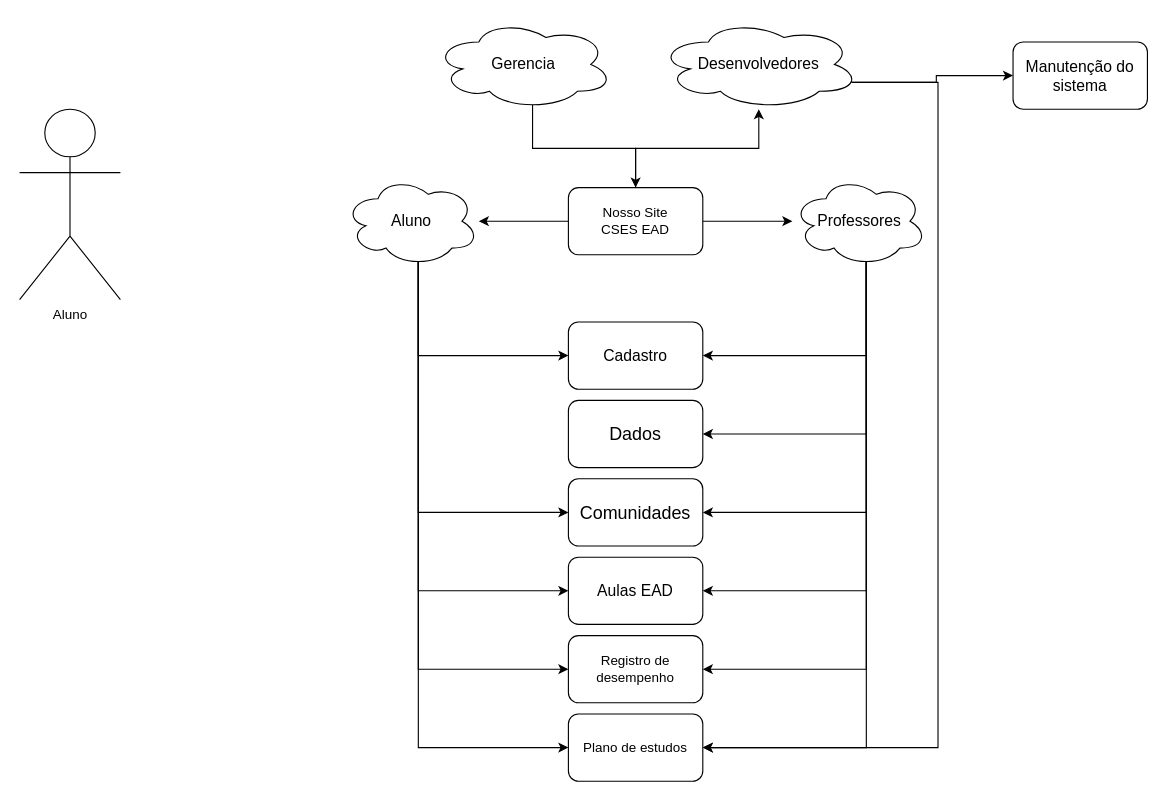
Earlier version of the draw.io diagram page "Site EAD" (4 of 4) of Diagrama sem nome.drawio (Eduardo-1105/diagramasderequesitos). Source tidied: cells renumbered, new cells numbered last; positions are measured from the earlier drawing's top-left corner, leaving out a move shared by most shapes. Both pictures are drawn from the tidied source at 112%, with x=0, y=0 at pixel (19, 19).
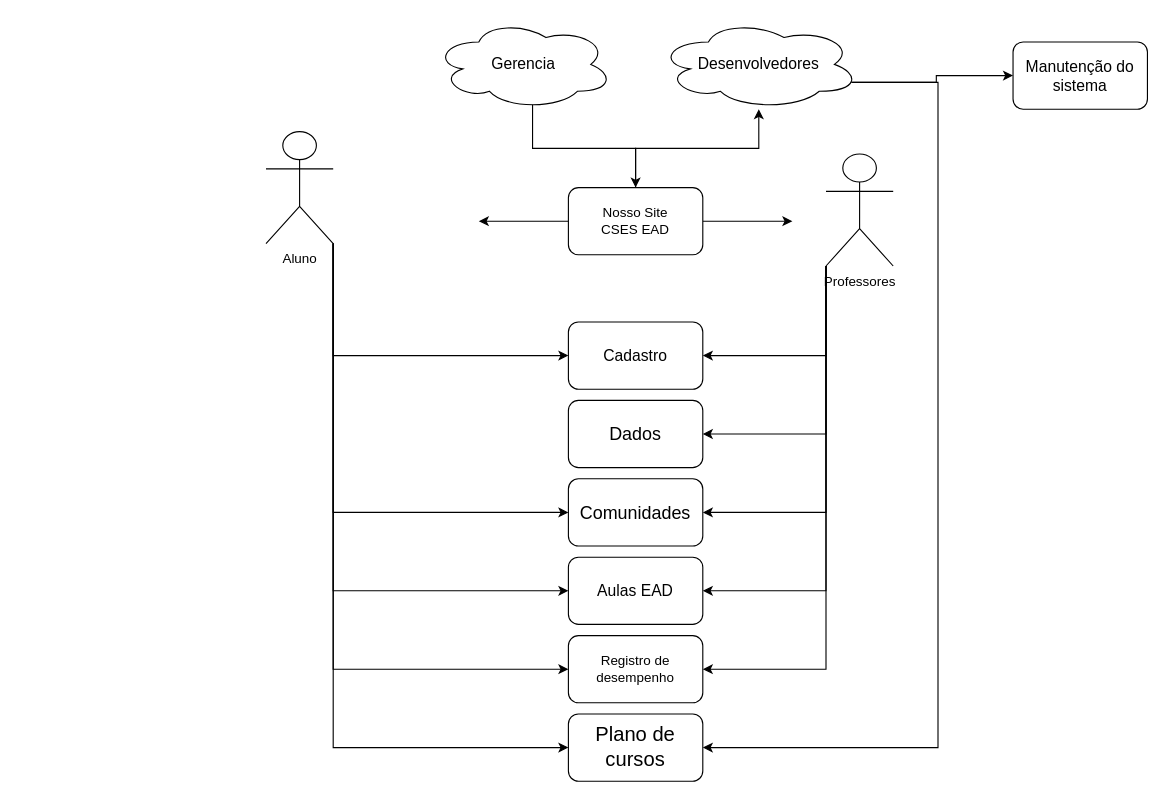
The same page after the edit.

Commit message:
Actualizar Diagrama sem RECEBA2.drawio

The change refers to these unchanged cells:
```xml
<mxCell id="5" value="Nosso Site&lt;div&gt;CSES EAD&lt;/div&gt;" style="rounded=1;whiteSpace=wrap;html=1;" parent="1" vertex="1">
  <mxGeometry x="490" y="150" width="120" height="60" as="geometry" />
</mxCell>
<mxCell id="14" value="&lt;font style=&quot;font-size: 14px;&quot;&gt;Cadastro&lt;/font&gt;" style="whiteSpace=wrap;html=1;rounded=1;" parent="1" vertex="1">
  <mxGeometry x="490" y="270" width="120" height="60" as="geometry" />
</mxCell>
<mxCell id="16" value="&lt;font size=&quot;3&quot;&gt;Dados&lt;/font&gt;" style="rounded=1;whiteSpace=wrap;html=1;" parent="1" vertex="1">
  <mxGeometry x="490" y="340" width="120" height="60" as="geometry" />
</mxCell>
<mxCell id="18" value="&lt;font size=&quot;3&quot;&gt;Comunidades&lt;/font&gt;" style="rounded=1;whiteSpace=wrap;html=1;" parent="1" vertex="1">
  <mxGeometry x="490" y="410" width="120" height="60" as="geometry" />
</mxCell>
<mxCell id="21" value="&lt;font style=&quot;font-size: 14px;&quot;&gt;Aulas EAD&lt;/font&gt;" style="rounded=1;whiteSpace=wrap;html=1;" parent="1" vertex="1">
  <mxGeometry x="490" y="480" width="120" height="60" as="geometry" />
</mxCell>
<mxCell id="24" value="Registro de desempenho" style="rounded=1;whiteSpace=wrap;html=1;" parent="1" vertex="1">
  <mxGeometry x="490" y="550" width="120" height="60" as="geometry" />
</mxCell>
```

Diff of the diagram source:
```diff
@@
-    <mxCell id="2" style="edgeStyle=orthogonalEdgeStyle;rounded=0;jettySize=auto;html=1;" parent="1" edge="1" source="5" target="8">
-      <mxGeometry relative="1" as="geometry" />
+    <mxCell id="2" style="edgeStyle=orthogonalEdgeStyle;rounded=0;jettySize=auto;html=1;" parent="1" edge="1" source="5">
+      <mxGeometry relative="1" as="geometry">
+        <mxPoint x="410" y="180" as="targetPoint" />
+      </mxGeometry>
     </mxCell>
-    <mxCell id="3" style="edgeStyle=orthogonalEdgeStyle;rounded=0;jettySize=auto;html=1;" parent="1" edge="1" source="5" target="10">
-      <mxGeometry relative="1" as="geometry" />
+    <mxCell id="3" style="edgeStyle=orthogonalEdgeStyle;rounded=0;jettySize=auto;html=1;" parent="1" edge="1" source="5">
+      <mxGeometry relative="1" as="geometry">
+        <mxPoint x="690" y="180" as="targetPoint" />
+      </mxGeometry>
     </mxCell>
@@
-    <mxCell id="6" style="edgeStyle=orthogonalEdgeStyle;rounded=0;jettySize=auto;html=1;exitX=0.55;exitY=0.95;exitDx=0;exitDy=0;exitPerimeter=0;entryX=0;entryY=0.5;entryDx=0;entryDy=0;" parent="1" edge="1" source="8" target="14">
-      <mxGeometry relative="1" as="geometry">
-        <Array as="points">
-          <mxPoint x="356" y="300" />
-        </Array>
-      </mxGeometry>
-    </mxCell>
-    <mxCell id="7" style="edgeStyle=orthogonalEdgeStyle;rounded=0;jettySize=auto;html=1;exitX=0.55;exitY=0.95;exitDx=0;exitDy=0;exitPerimeter=0;entryX=0;entryY=0.5;entryDx=0;entryDy=0;" parent="1" edge="1" source="8" target="27">
-      <mxGeometry relative="1" as="geometry">
-        <Array as="points">
-          <mxPoint x="356" y="650" />
-        </Array>
-      </mxGeometry>
-    </mxCell>
-    <mxCell id="8" value="&lt;font style=&quot;font-size: 14px;&quot;&gt;Aluno&lt;/font&gt;" style="ellipse;shape=cloud;whiteSpace=wrap;html=1;rounded=1;" parent="1" vertex="1">
-      <mxGeometry x="290" y="140" width="120" height="80" as="geometry" />
-    </mxCell>
-    <mxCell id="9" style="edgeStyle=orthogonalEdgeStyle;rounded=0;jettySize=auto;html=1;exitX=0.55;exitY=0.95;exitDx=0;exitDy=0;exitPerimeter=0;entryX=1;entryY=0.5;entryDx=0;entryDy=0;" parent="1" edge="1" source="10" target="27">
-      <mxGeometry relative="1" as="geometry">
-        <Array as="points">
-          <mxPoint x="756" y="650" />
-        </Array>
-      </mxGeometry>
-    </mxCell>
-    <mxCell id="10" value="&lt;font style=&quot;font-size: 14px;&quot;&gt;Professores&lt;/font&gt;" style="ellipse;shape=cloud;whiteSpace=wrap;html=1;rounded=1;" parent="1" vertex="1">
-      <mxGeometry x="690" y="140" width="120" height="80" as="geometry" />
-    </mxCell>
@@
-    <mxCell id="15" style="endArrow=classic;html=1;rounded=0;entryX=1;entryY=0.5;entryDx=0;entryDy=0;exitX=0.55;exitY=0.95;exitDx=0;exitDy=0;exitPerimeter=0;" parent="1" edge="1" source="10" target="14">
-      <mxGeometry relative="1" as="geometry">
-        <Array as="points">
-          <mxPoint x="756" y="300" />
-        </Array>
-      </mxGeometry>
-    </mxCell>
@@
-    <mxCell id="17" style="endArrow=classic;html=1;rounded=0;entryX=1;entryY=0.5;entryDx=0;entryDy=0;exitX=0.55;exitY=0.95;exitDx=0;exitDy=0;exitPerimeter=0;" parent="1" edge="1" source="10" target="16">
-      <mxGeometry relative="1" as="geometry">
-        <Array as="points">
-          <mxPoint x="756" y="370" />
-        </Array>
-      </mxGeometry>
-    </mxCell>
@@
-    <mxCell id="19" style="endArrow=classic;html=1;rounded=0;exitX=0.55;exitY=0.95;exitDx=0;exitDy=0;exitPerimeter=0;entryX=0;entryY=0.5;entryDx=0;entryDy=0;" parent="1" edge="1" source="8" target="18">
-      <mxGeometry relative="1" as="geometry">
-        <Array as="points">
-          <mxPoint x="356" y="440" />
-        </Array>
-      </mxGeometry>
-    </mxCell>
-    <mxCell id="20" style="endArrow=classic;html=1;rounded=0;entryX=1;entryY=0.5;entryDx=0;entryDy=0;exitX=0.55;exitY=0.95;exitDx=0;exitDy=0;exitPerimeter=0;" parent="1" edge="1" source="10" target="18">
-      <mxGeometry relative="1" as="geometry">
-        <Array as="points">
-          <mxPoint x="756" y="440" />
-        </Array>
-      </mxGeometry>
-    </mxCell>
@@
-    <mxCell id="22" style="endArrow=classic;html=1;rounded=0;entryX=0;entryY=0.5;entryDx=0;entryDy=0;exitX=0.55;exitY=0.95;exitDx=0;exitDy=0;exitPerimeter=0;" parent="1" edge="1" source="8" target="21">
-      <mxGeometry relative="1" as="geometry">
-        <Array as="points">
-          <mxPoint x="356" y="510" />
-        </Array>
-      </mxGeometry>
-    </mxCell>
-    <mxCell id="23" style="endArrow=classic;html=1;rounded=0;entryX=1;entryY=0.5;entryDx=0;entryDy=0;exitX=0.55;exitY=0.95;exitDx=0;exitDy=0;exitPerimeter=0;" parent="1" edge="1" source="10" target="21">
-      <mxGeometry relative="1" as="geometry">
-        <Array as="points">
-          <mxPoint x="756" y="510" />
-        </Array>
-      </mxGeometry>
-    </mxCell>
@@
-    <mxCell id="25" style="endArrow=classic;html=1;rounded=0;entryX=0;entryY=0.5;entryDx=0;entryDy=0;exitX=0.55;exitY=0.95;exitDx=0;exitDy=0;exitPerimeter=0;" parent="1" edge="1" source="8" target="24">
-      <mxGeometry relative="1" as="geometry">
-        <Array as="points">
-          <mxPoint x="356" y="580" />
-        </Array>
-      </mxGeometry>
-    </mxCell>
-    <mxCell id="26" style="endArrow=classic;html=1;rounded=0;entryX=1;entryY=0.5;entryDx=0;entryDy=0;exitX=0.55;exitY=0.95;exitDx=0;exitDy=0;exitPerimeter=0;" parent="1" edge="1" source="10" target="24">
-      <mxGeometry relative="1" as="geometry">
-        <Array as="points">
-          <mxPoint x="756" y="580" />
-        </Array>
-      </mxGeometry>
-    </mxCell>
-    <mxCell id="27" value="Plano de estudos" style="rounded=1;whiteSpace=wrap;html=1;" parent="1" vertex="1">
+    <mxCell id="27" value="&lt;font style=&quot;font-size: 18px;&quot;&gt;Plano de cursos&lt;/font&gt;" style="rounded=1;whiteSpace=wrap;html=1;" parent="1" vertex="1">
       <mxGeometry x="490" y="620" width="120" height="60" as="geometry" />
     </mxCell>
@@
+    <mxCell id="32" style="edgeStyle=orthogonalEdgeStyle;rounded=0;jettySize=auto;html=1;exitX=1;exitY=1;exitDx=0;exitDy=0;exitPerimeter=0;entryX=0;entryY=0.5;entryDx=0;entryDy=0;" parent="1" edge="1" source="30" target="14">
+      <mxGeometry relative="1" as="geometry" />
+    </mxCell>
+    <mxCell id="33" style="edgeStyle=orthogonalEdgeStyle;rounded=0;jettySize=auto;html=1;exitX=1;exitY=1;exitDx=0;exitDy=0;exitPerimeter=0;entryX=0;entryY=0.5;entryDx=0;entryDy=0;" parent="1" edge="1" source="30" target="18">
+      <mxGeometry relative="1" as="geometry" />
+    </mxCell>
+    <mxCell id="34" style="edgeStyle=orthogonalEdgeStyle;rounded=0;jettySize=auto;html=1;exitX=1;exitY=1;exitDx=0;exitDy=0;exitPerimeter=0;entryX=0;entryY=0.5;entryDx=0;entryDy=0;" parent="1" edge="1" source="30" target="21">
+      <mxGeometry relative="1" as="geometry" />
+    </mxCell>
+    <mxCell id="35" style="edgeStyle=orthogonalEdgeStyle;rounded=0;jettySize=auto;html=1;exitX=1;exitY=1;exitDx=0;exitDy=0;exitPerimeter=0;entryX=0;entryY=0.5;entryDx=0;entryDy=0;" parent="1" edge="1" source="30" target="24">
+      <mxGeometry relative="1" as="geometry" />
+    </mxCell>
+    <mxCell id="36" style="edgeStyle=orthogonalEdgeStyle;rounded=0;jettySize=auto;html=1;exitX=1;exitY=1;exitDx=0;exitDy=0;exitPerimeter=0;entryX=0;entryY=0.5;entryDx=0;entryDy=0;" parent="1" edge="1" source="30" target="27">
+      <mxGeometry relative="1" as="geometry" />
+    </mxCell>
     <mxCell id="30" value="Aluno" style="shape=umlActor;verticalLabelPosition=bottom;verticalAlign=top;html=1;outlineConnect=0;" parent="1" vertex="1">
-      <mxGeometry y="80" width="90" height="170" as="geometry" />
+      <mxGeometry x="220" y="100" width="60" height="100" as="geometry" />
     </mxCell>
@@
+    <mxCell id="15" style="edgeStyle=orthogonalEdgeStyle;rounded=0;jettySize=auto;html=1;exitX=0;exitY=1;exitDx=0;exitDy=0;exitPerimeter=0;entryX=1;entryY=0.5;entryDx=0;entryDy=0;" parent="1" edge="1" source="10" target="14">
+      <mxGeometry relative="1" as="geometry" />
+    </mxCell>
+    <mxCell id="17" style="edgeStyle=orthogonalEdgeStyle;rounded=0;jettySize=auto;html=1;exitX=0;exitY=1;exitDx=0;exitDy=0;exitPerimeter=0;entryX=1;entryY=0.5;entryDx=0;entryDy=0;" parent="1" edge="1" source="10" target="16">
+      <mxGeometry relative="1" as="geometry" />
+    </mxCell>
+    <mxCell id="20" style="edgeStyle=orthogonalEdgeStyle;rounded=0;jettySize=auto;html=1;exitX=0;exitY=1;exitDx=0;exitDy=0;exitPerimeter=0;entryX=1;entryY=0.5;entryDx=0;entryDy=0;" parent="1" edge="1" source="10" target="18">
+      <mxGeometry relative="1" as="geometry" />
+    </mxCell>
+    <mxCell id="23" style="edgeStyle=orthogonalEdgeStyle;rounded=0;jettySize=auto;html=1;exitX=0;exitY=1;exitDx=0;exitDy=0;exitPerimeter=0;entryX=1;entryY=0.5;entryDx=0;entryDy=0;" parent="1" edge="1" source="10" target="21">
+      <mxGeometry relative="1" as="geometry" />
+    </mxCell>
+    <mxCell id="26" style="edgeStyle=orthogonalEdgeStyle;rounded=0;jettySize=auto;html=1;exitX=0;exitY=1;exitDx=0;exitDy=0;exitPerimeter=0;entryX=1;entryY=0.5;entryDx=0;entryDy=0;" parent="1" edge="1" source="10" target="24">
+      <mxGeometry relative="1" as="geometry" />
+    </mxCell>
+    <mxCell id="10" value="Professores" style="shape=umlActor;verticalLabelPosition=bottom;verticalAlign=top;html=1;outlineConnect=0;" parent="1" vertex="1">
+      <mxGeometry x="720" y="120" width="60" height="100" as="geometry" />
+    </mxCell>
```
